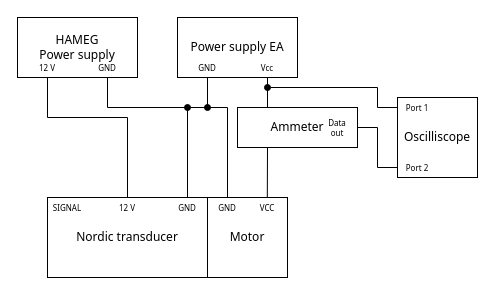
Earlier version of the draw.io diagram 04 Prototype udvikling/2 akset rotation/Motor parameter test/Motor paramenter test øverste motor.drawio (Scramtv/ESD_P5). Source tidied: cells renumbered, new cells numbered last; positions are measured from the earlier drawing's top-left corner, leaving out a move shared by most shapes. Both pictures are drawn from the tidied source at 100%, with x=0, y=0 at pixel (17, 17).
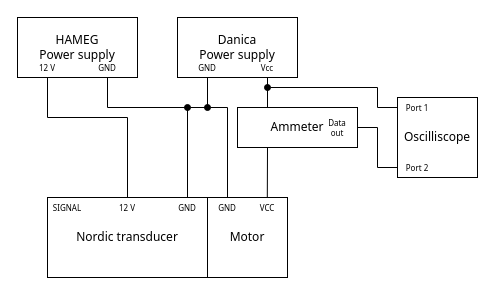
After the change.

Commit message (it also covers changes not shown here):
Opretning af figure til motor parameter test (Både stor og lille)

Diff of the diagram source:
```diff
@@
-    <mxCell id="3" value="Power supply EA" style="rounded=0;whiteSpace=wrap;html=1;fontFamily=Tahoma;" parent="1" vertex="1">
+    <mxCell id="3" value="Danica&lt;div&gt;Power supply&lt;/div&gt;" style="rounded=0;whiteSpace=wrap;html=1;fontFamily=Tahoma;" parent="1" vertex="1">
       <mxGeometry x="160" width="120" height="60" as="geometry" />
     </mxCell>
```
